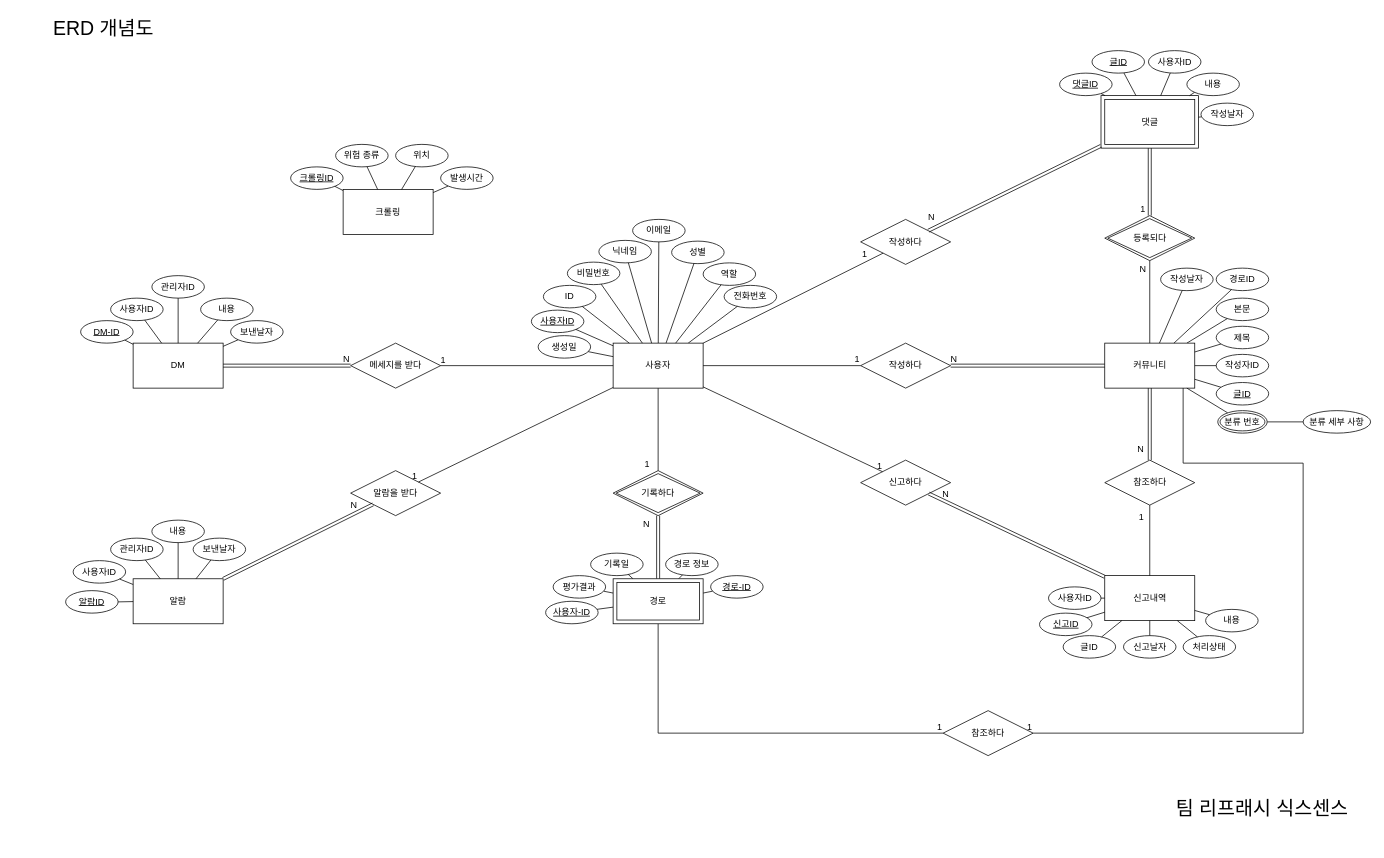
Before: 산출물/ERD개념도.drawio in illyo1512/Refresh, a draw.io diagram. Source tidied: cells renumbered, new cells numbered last; positions are measured from the earlier drawing's top-left corner, leaving out a move shared by most shapes. Both pictures are drawn from the tidied source at 75%, with x=0, y=0 at pixel (43, 13).
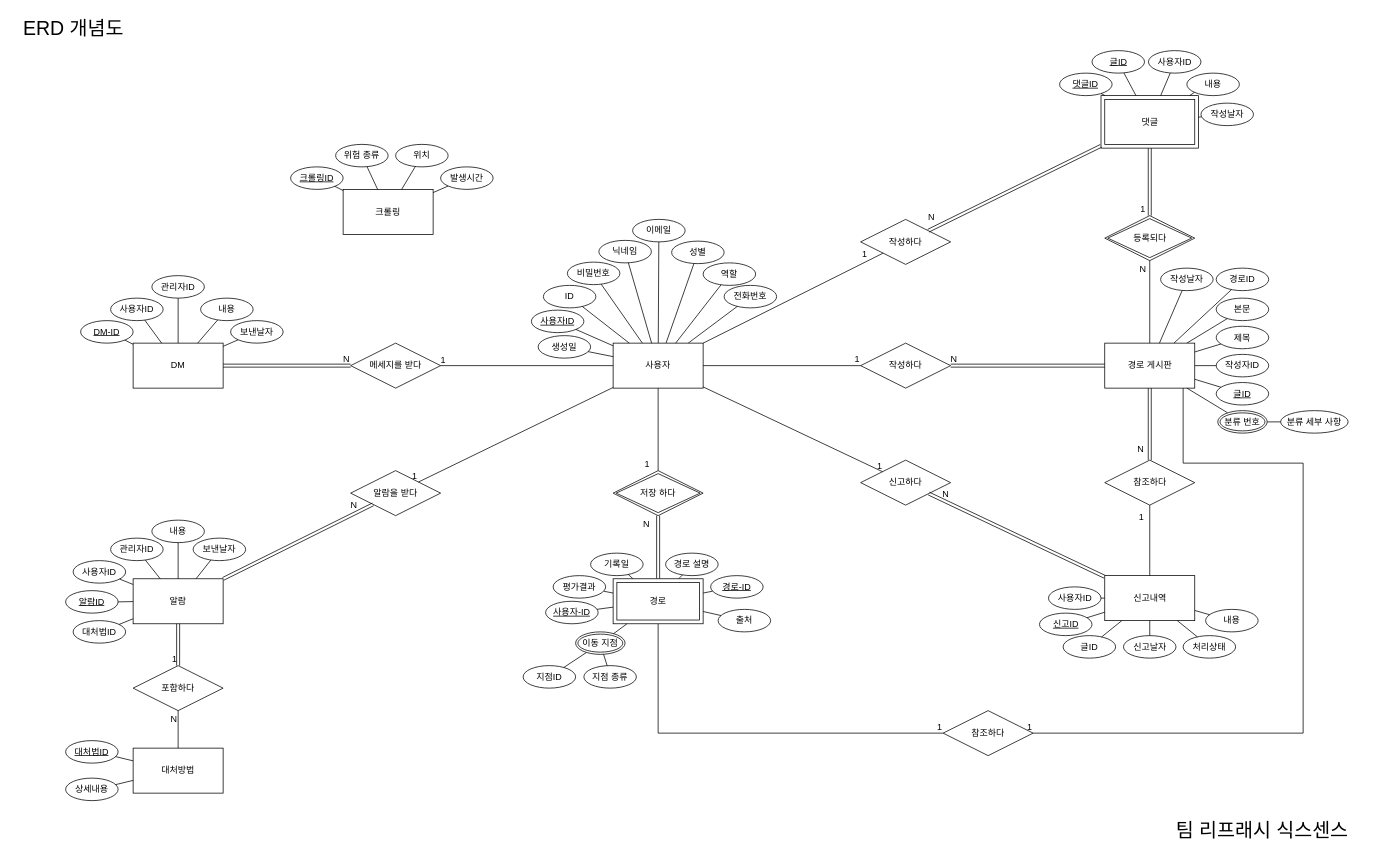
The same diagram, later.

Unchanged cells that the change refers to:
```xml
<mxCell id="103" value="알람" style="rounded=0;whiteSpace=wrap;html=1;" parent="1" vertex="1">
  <mxGeometry x="120" y="754.2" width="120" height="60" as="geometry" />
</mxCell>
<mxCell id="121" value="경로" style="shape=ext;margin=3;double=1;whiteSpace=wrap;html=1;align=center;" parent="1" vertex="1">
  <mxGeometry x="760" y="754.2" width="120" height="60" as="geometry" />
</mxCell>
```

Change to the diagram source:
```diff
@@
-    <mxCell id="2" value="기록하다" style="shape=rhombus;double=1;perimeter=rhombusPerimeter;whiteSpace=wrap;html=1;align=center;" parent="1" vertex="1">
+    <mxCell id="2" value="저장 하다" style="shape=rhombus;double=1;perimeter=rhombusPerimeter;whiteSpace=wrap;html=1;align=center;" parent="1" vertex="1">
       <mxGeometry x="760" y="610" width="120" height="60" as="geometry" />
     </mxCell>
@@
-    <mxCell id="35" value="커뮤니티" style="rounded=0;whiteSpace=wrap;html=1;" parent="1" vertex="1">
+    <mxCell id="35" value="경로 게시판" style="rounded=0;whiteSpace=wrap;html=1;" parent="1" vertex="1">
       <mxGeometry x="1415.5" y="440" width="120" height="60" as="geometry" />
     </mxCell>
@@
-    <mxCell id="116" value="경로 정보" style="ellipse;whiteSpace=wrap;html=1;" parent="1" vertex="1">
+    <mxCell id="116" value="경로 설명" style="ellipse;whiteSpace=wrap;html=1;" parent="1" vertex="1">
       <mxGeometry x="830" y="720" width="70" height="30" as="geometry" />
     </mxCell>
@@
     <mxCell id="122" value="&lt;font style=&quot;font-size: 26px;&quot;&gt;ERD 개념도&lt;/font&gt;" style="text;html=1;align=center;verticalAlign=middle;strokeColor=none;fillColor=none;" parent="1" vertex="1">
-      <mxGeometry width="160" height="40" as="geometry" />
+      <mxGeometry x="-40" width="160" height="40" as="geometry" />
     </mxCell>
@@
     <mxCell id="124" value="&lt;font style=&quot;font-size: 26px;&quot;&gt;팀 리프래시 식스센스&lt;/font&gt;" style="text;html=1;align=center;verticalAlign=middle;strokeColor=none;fillColor=none;" parent="1" vertex="1">
-      <mxGeometry x="1490" y="1040" width="270" height="40" as="geometry" />
+      <mxGeometry x="1490" y="1070" width="270" height="40" as="geometry" />
     </mxCell>
@@
     <mxCell id="128" value="분류 세부 사항" style="ellipse;whiteSpace=wrap;html=1;" parent="1" vertex="1">
-      <mxGeometry x="1680" y="530" width="90" height="30" as="geometry" />
+      <mxGeometry x="1650" y="530" width="90" height="30" as="geometry" />
     </mxCell>
@@
+    <mxCell id="151" style="endArrow=none;html=1;rounded=0;" parent="1" edge="1" source="152" target="103">
+      <mxGeometry relative="1" as="geometry" />
+    </mxCell>
+    <mxCell id="152" value="대처법ID" style="ellipse;whiteSpace=wrap;html=1;" parent="1" vertex="1">
+      <mxGeometry x="40" y="810" width="70" height="30" as="geometry" />
+    </mxCell>
+    <mxCell id="153" value="대처방법" style="rounded=0;whiteSpace=wrap;html=1;" parent="1" vertex="1">
+      <mxGeometry x="120" y="980" width="120" height="60" as="geometry" />
+    </mxCell>
+    <mxCell id="154" value="포함하다" style="shape=rhombus;perimeter=rhombusPerimeter;whiteSpace=wrap;html=1;align=center;" parent="1" vertex="1">
+      <mxGeometry x="120" y="870" width="120" height="60" as="geometry" />
+    </mxCell>
+    <mxCell id="155" value="&lt;u&gt;대처법ID&lt;/u&gt;" style="ellipse;whiteSpace=wrap;html=1;" parent="1" vertex="1">
+      <mxGeometry x="30" y="970" width="70" height="30" as="geometry" />
+    </mxCell>
+    <mxCell id="156" value="상세내용" style="ellipse;whiteSpace=wrap;html=1;" parent="1" vertex="1">
+      <mxGeometry x="30" y="1020" width="70" height="30" as="geometry" />
+    </mxCell>
+    <mxCell id="157" style="endArrow=none;html=1;rounded=0;" parent="1" edge="1" source="155" target="153">
+      <mxGeometry relative="1" as="geometry" />
+    </mxCell>
+    <mxCell id="158" style="endArrow=none;html=1;rounded=0;" parent="1" edge="1" source="156" target="153">
+      <mxGeometry relative="1" as="geometry" />
+    </mxCell>
+    <mxCell id="159" style="shape=link;html=1;rounded=0;" parent="1" edge="1" source="103" target="154">
+      <mxGeometry relative="1" as="geometry" />
+    </mxCell>
+    <mxCell id="160" value="1" style="html=1;whiteSpace=wrap;align=right;verticalAlign=bottom;" parent="159" vertex="1">
+      <mxGeometry x="1" relative="1" as="geometry" />
+    </mxCell>
+    <mxCell id="161" style="endArrow=none;html=1;rounded=0;" parent="1" edge="1" source="153" target="154">
+      <mxGeometry relative="1" as="geometry" />
+    </mxCell>
+    <mxCell id="162" value="N" style="html=1;whiteSpace=wrap;align=right;verticalAlign=bottom;" parent="161" vertex="1">
+      <mxGeometry x="1" relative="1" as="geometry">
+        <mxPoint y="20" as="offset" />
+      </mxGeometry>
+    </mxCell>
+    <mxCell id="163" value="이동 지점" style="ellipse;shape=doubleEllipse;margin=3;whiteSpace=wrap;html=1;align=center;" parent="1" vertex="1">
+      <mxGeometry x="710" y="825" width="65.9" height="30" as="geometry" />
+    </mxCell>
+    <mxCell id="164" value="출처" style="ellipse;whiteSpace=wrap;html=1;" parent="1" vertex="1">
+      <mxGeometry x="900" y="795" width="70" height="30" as="geometry" />
+    </mxCell>
+    <mxCell id="165" value="지점ID" style="ellipse;whiteSpace=wrap;html=1;" parent="1" vertex="1">
+      <mxGeometry x="640" y="870" width="70" height="30" as="geometry" />
+    </mxCell>
+    <mxCell id="166" value="지점 종류" style="ellipse;whiteSpace=wrap;html=1;" parent="1" vertex="1">
+      <mxGeometry x="721" y="870" width="70" height="30" as="geometry" />
+    </mxCell>
+    <mxCell id="167" style="endArrow=none;html=1;rounded=0;" parent="1" edge="1" source="163" target="121">
+      <mxGeometry relative="1" as="geometry" />
+    </mxCell>
+    <mxCell id="168" style="endArrow=none;html=1;rounded=0;" parent="1" edge="1" source="166" target="163">
+      <mxGeometry relative="1" as="geometry" />
+    </mxCell>
+    <mxCell id="169" style="endArrow=none;html=1;rounded=0;" parent="1" edge="1" source="165" target="163">
+      <mxGeometry relative="1" as="geometry" />
+    </mxCell>
+    <mxCell id="170" style="endArrow=none;html=1;rounded=0;" parent="1" edge="1" source="121" target="164">
+      <mxGeometry relative="1" as="geometry" />
+    </mxCell>
```
